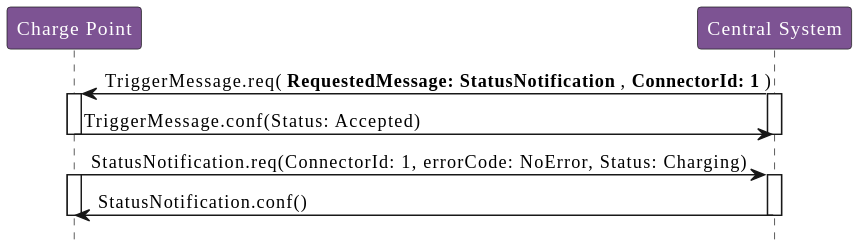
phoi5675/ocpp-markdown keeps this PlantUML diagram as OCPP_1.6/images/figure_39.svg. Above is the earlier version. Its diagram source:
```plantuml
@startuml
!include style.puml

participant "Charge Point" as ChargePoint
participant "Central System" as CentralSystem

CentralSystem -> ChargePoint : TriggerMessage.req( **RequestedMessage: StatusNotification** , **ConnectorId: 1** )

activate ChargePoint
activate CentralSystem

ChargePoint -> CentralSystem : TriggerMessage.conf(Status: Accepted)

deactivate CentralSystem
deactivate ChargePoint

ChargePoint -> CentralSystem : StatusNotification.req(ConnectorId: 1, errorCode: NoError, Status: Charging)

activate ChargePoint
activate CentralSystem

CentralSystem -> ChargePoint : StatusNotification.conf()

deactivate CentralSystem
deactivate ChargePoint
@enduml
```
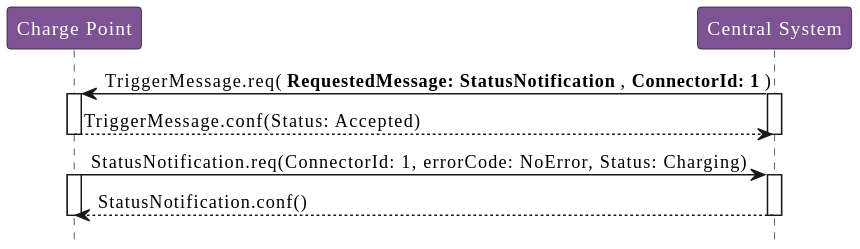
After the change.

Diff of the diagram source:
```diff
@@ -5,22 +5,18 @@
 participant "Central System" as CentralSystem
 
 CentralSystem -> ChargePoint : TriggerMessage.req( **RequestedMessage: StatusNotification** , **ConnectorId: 1** )
-
 activate ChargePoint
 activate CentralSystem
 
-ChargePoint -> CentralSystem : TriggerMessage.conf(Status: Accepted)
-
+ChargePoint --> CentralSystem : TriggerMessage.conf(Status: Accepted)
 deactivate CentralSystem
 deactivate ChargePoint
 
 ChargePoint -> CentralSystem : StatusNotification.req(ConnectorId: 1, errorCode: NoError, Status: Charging)
-
 activate ChargePoint
 activate CentralSystem
 
-CentralSystem -> ChargePoint : StatusNotification.conf()
-
+CentralSystem --> ChargePoint : StatusNotification.conf()
 deactivate CentralSystem
 deactivate ChargePoint
 @enduml
```
